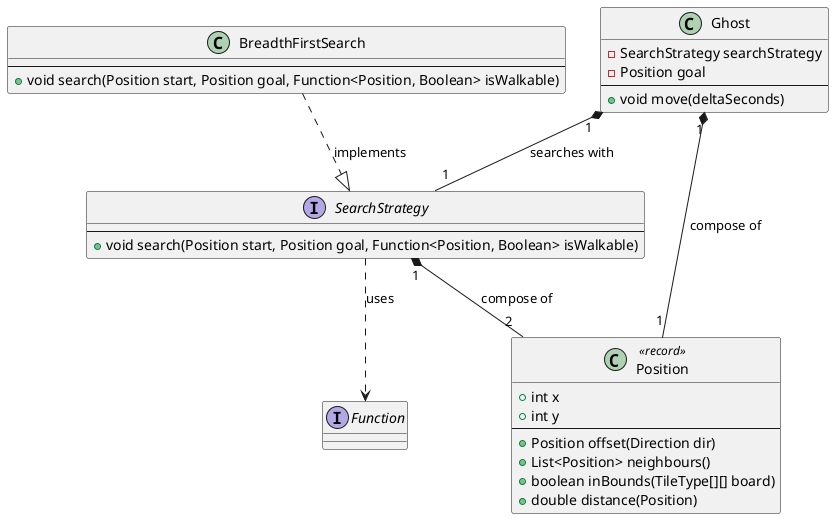
mithe24/DM575-PacMan keeps this PlantUML diagram as uml/strategy-pattern-class-diagram.png. Above is the earlier version. Source of this version:
```plantuml
@startuml

class Position <<record>> {
    + int x
    + int y
    --
    + Position offset(Direction dir)
    + List<Position> neighbours()
    + boolean inBounds(TileType[][] board)
    + double distance(Position)
}

interface Function

interface SearchStrategy {
    --
    + void search(Position start, Position goal, Function<Position, Boolean> isWalkable)
}

class BreadthFirstSearch {
    --
    + void search(Position start, Position goal, Function<Position, Boolean> isWalkable)
}

class Ghost {
    - SearchStrategy searchStrategy
    - Position goal
    --
    + void move(deltaSeconds)
}

Ghost "1" *-- "1" Position : compose of
Ghost "1" *-- "1" SearchStrategy : searches with

BreadthFirstSearch ..|> SearchStrategy : implements
SearchStrategy ..> Function : uses
SearchStrategy "1" *-- "2" Position : compose of

@enduml
```
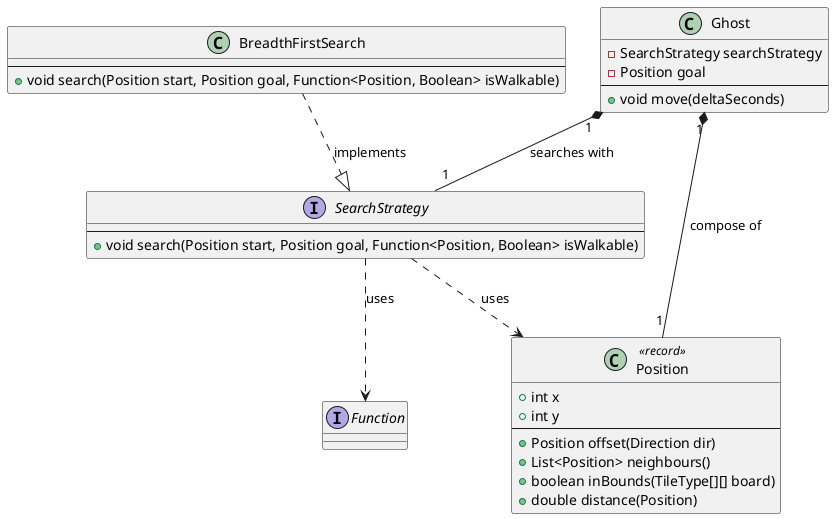
After the change.

Diff of the diagram source:
```diff
@@ -34,6 +34,6 @@
 
 BreadthFirstSearch ..|> SearchStrategy : implements
 SearchStrategy ..> Function : uses
-SearchStrategy "1" *-- "2" Position : compose of
+SearchStrategy ..> Position : uses
 
 @enduml
```
